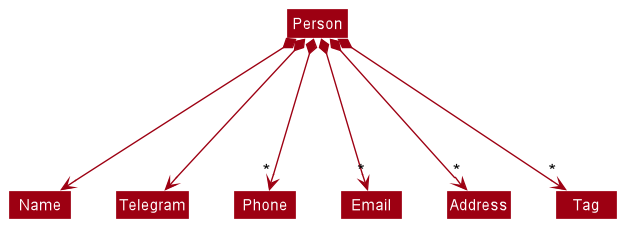
Before: docs/images/PersonOptionalFieldClassDiagram.png, a diagram exported from PlantUML (nus-cs2103-AY2122S1/tp). Source of this version:
```plantuml
@startuml
!include style.puml
skinparam arrowThickness 1.1
skinparam arrowColor MODEL_COLOR
skinparam classBackgroundColor MODEL_COLOR

Class Person
Class Telegram
Class Address
Class Email
Class Name
Class Phone
Class Tag

Class HiddenOutside #FFFFFF

Person *---> Name
Person *---> Telegram
Person *---> "*" Phone
Person *---> "*" Email
Person *---> "*" Address
Person *---> "*" Tag


Name -[hidden]right-> Telegram
Telegram -[hidden]right-> Phone
Phone -[hidden]right-> Email
Email -[hidden]right-> Address
Address -[hidden]right-> Tag

@enduml
```
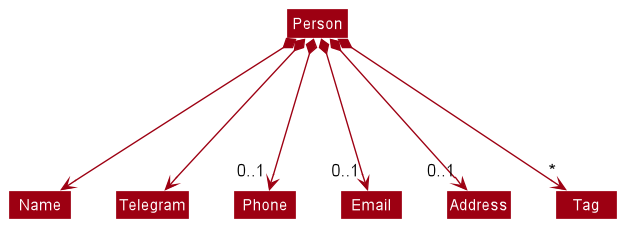
The same diagram one commit later.

What changed in the source:
```diff
@@ -16,9 +16,9 @@
 
 Person *---> Name
 Person *---> Telegram
-Person *---> "*" Phone
-Person *---> "*" Email
-Person *---> "*" Address
+Person *---> "0..1" Phone
+Person *---> "0..1" Email
+Person *---> "0..1" Address
 Person *---> "*" Tag
 
 
```
